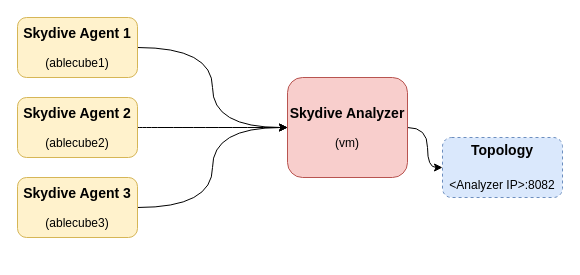
Before: page "skydive 구조" (1 of 2) of skydive.drawio in stardom3645/wiki, a draw.io diagram. Source tidied: cells renumbered, new cells numbered last; positions are measured from the earlier drawing's top-left corner, leaving out a move shared by most shapes. Both pictures are drawn from the tidied source at 100%, with x=0, y=0 at pixel (17, 17).
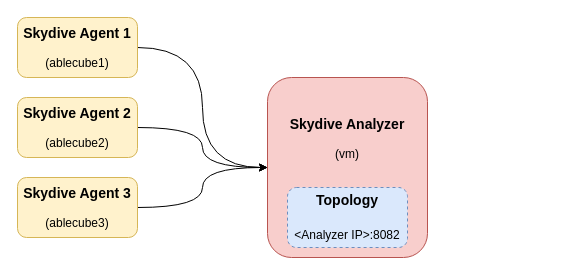
The same diagram, later.

Diff of the diagram source:
```diff
@@
 <mxGraphModel>
   <root>
     <mxCell id="0" />
     <mxCell id="1" parent="0" />
     <mxCell id="2" style="edgeStyle=orthogonalEdgeStyle;jettySize=auto;html=1;exitX=1;exitY=0.5;exitDx=0;exitDy=0;entryX=0;entryY=0.5;entryDx=0;entryDy=0;curved=1;" parent="1" edge="1" source="3" target="9">
       <mxGeometry relative="1" as="geometry" />
     </mxCell>
     <mxCell id="3" value="&lt;font style=&quot;font-size: 14px&quot;&gt;&lt;b&gt;Skydive Agent 1&lt;/b&gt;&lt;/font&gt;&lt;br&gt;&lt;br&gt;(ablecube1)" style="rounded=1;whiteSpace=wrap;html=1;fillColor=#fff2cc;strokeColor=#d6b656;" parent="1" vertex="1">
       <mxGeometry width="120" height="60" as="geometry" />
     </mxCell>
     <mxCell id="4" style="edgeStyle=orthogonalEdgeStyle;jettySize=auto;html=1;exitX=1;exitY=0.5;exitDx=0;exitDy=0;entryX=0;entryY=0.5;entryDx=0;entryDy=0;curved=1;" parent="1" edge="1" source="5" target="9">
       <mxGeometry relative="1" as="geometry" />
     </mxCell>
     <mxCell id="5" value="&lt;font style=&quot;font-size: 14px&quot;&gt;&lt;b&gt;Skydive Agent 2&lt;/b&gt;&lt;/font&gt;&lt;br&gt;&lt;br&gt;(ablecube2)" style="rounded=1;whiteSpace=wrap;html=1;fillColor=#fff2cc;strokeColor=#d6b656;" parent="1" vertex="1">
       <mxGeometry y="80" width="120" height="60" as="geometry" />
     </mxCell>
     <mxCell id="6" style="edgeStyle=orthogonalEdgeStyle;jettySize=auto;html=1;exitX=1;exitY=0.5;exitDx=0;exitDy=0;entryX=0;entryY=0.5;entryDx=0;entryDy=0;curved=1;" parent="1" edge="1" source="7" target="9">
       <mxGeometry relative="1" as="geometry" />
     </mxCell>
     <mxCell id="7" value="&lt;font style=&quot;font-size: 14px&quot;&gt;&lt;b&gt;Skydive Agent 3&lt;/b&gt;&lt;/font&gt;&lt;br&gt;&lt;br&gt;(ablecube3)" style="rounded=1;whiteSpace=wrap;html=1;fillColor=#fff2cc;strokeColor=#d6b656;" parent="1" vertex="1">
       <mxGeometry y="160" width="120" height="60" as="geometry" />
     </mxCell>
-    <mxCell id="8" style="edgeStyle=orthogonalEdgeStyle;curved=1;jettySize=auto;html=1;" parent="1" edge="1" source="9" target="10">
-      <mxGeometry relative="1" as="geometry" />
-    </mxCell>
-    <mxCell id="9" value="&lt;font style=&quot;font-size: 14px&quot;&gt;&lt;b&gt;Skydive Analyzer&lt;/b&gt;&lt;/font&gt;&lt;br&gt;&lt;br&gt;(vm)" style="rounded=1;whiteSpace=wrap;html=1;fillColor=#f8cecc;strokeColor=#b85450;" parent="1" vertex="1">
-      <mxGeometry x="270" y="60" width="120" height="100" as="geometry" />
+    <mxCell id="9" value="&lt;font style=&quot;font-size: 14px&quot;&gt;&lt;b&gt;Skydive Analyzer&lt;/b&gt;&lt;/font&gt;&lt;br&gt;&lt;br&gt;(vm)&lt;br&gt;&lt;br&gt;&lt;br&gt;&lt;br&gt;&lt;br&gt;" style="rounded=1;whiteSpace=wrap;html=1;fillColor=#f8cecc;strokeColor=#b85450;" parent="1" vertex="1">
+      <mxGeometry x="250" y="60" width="160" height="180" as="geometry" />
     </mxCell>
     <mxCell id="10" value="&lt;font style=&quot;font-size: 14px&quot;&gt;&lt;b&gt;Topology&lt;br&gt;&lt;br&gt;&lt;/b&gt;&lt;span style=&quot;font-size: 12px&quot;&gt;&amp;lt;Analyzer IP&amp;gt;:8082&lt;/span&gt;&lt;b&gt;&lt;br&gt;&lt;/b&gt;&lt;/font&gt;" style="rounded=1;whiteSpace=wrap;html=1;fillColor=#dae8fc;strokeColor=#6c8ebf;dashed=1;" parent="1" vertex="1">
-      <mxGeometry x="425" y="120" width="120" height="60" as="geometry" />
+      <mxGeometry x="270" y="170" width="120" height="60" as="geometry" />
     </mxCell>
   </root>
 </mxGraphModel>
```
